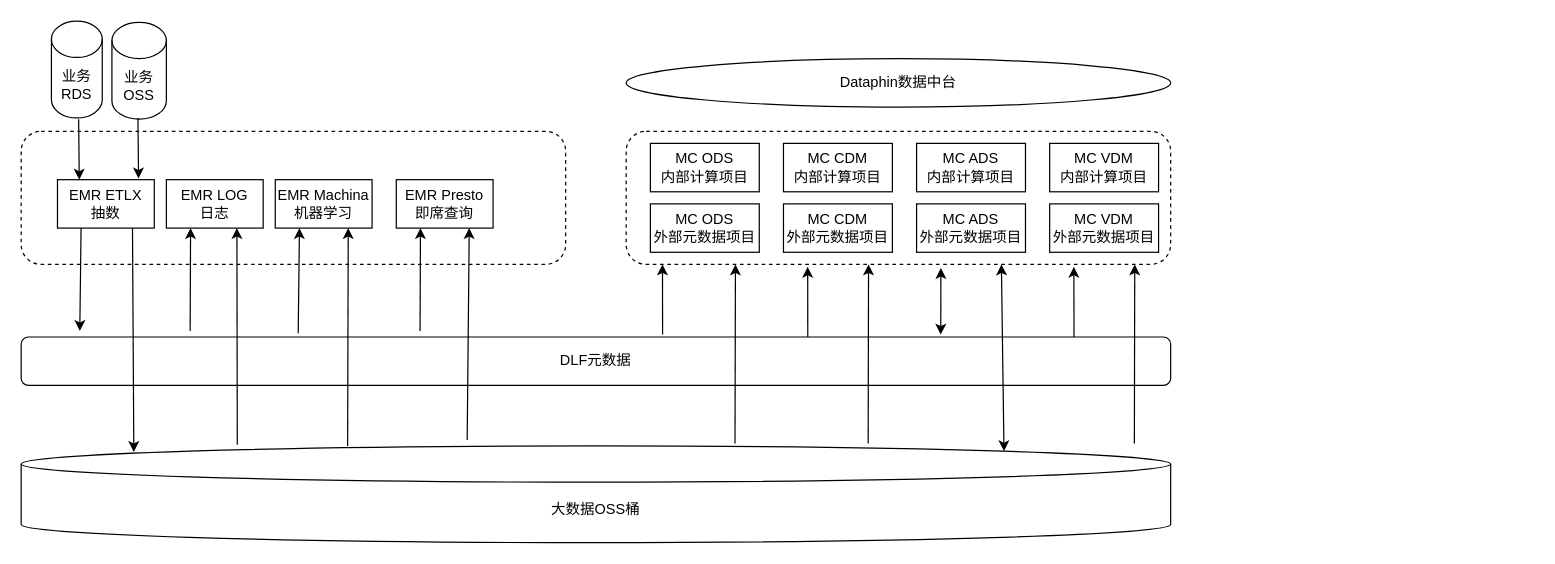
jimmycheng603/findmaven keeps this draw.io diagram as lake-dw-union.drawio. Above is the earlier version. Source tidied: cells renumbered, new cells numbered last; positions are measured from the earlier drawing's top-left corner, leaving out a move shared by most shapes. Both pictures are drawn from the tidied source at 121%, with x=0, y=0 at pixel (21, 21).
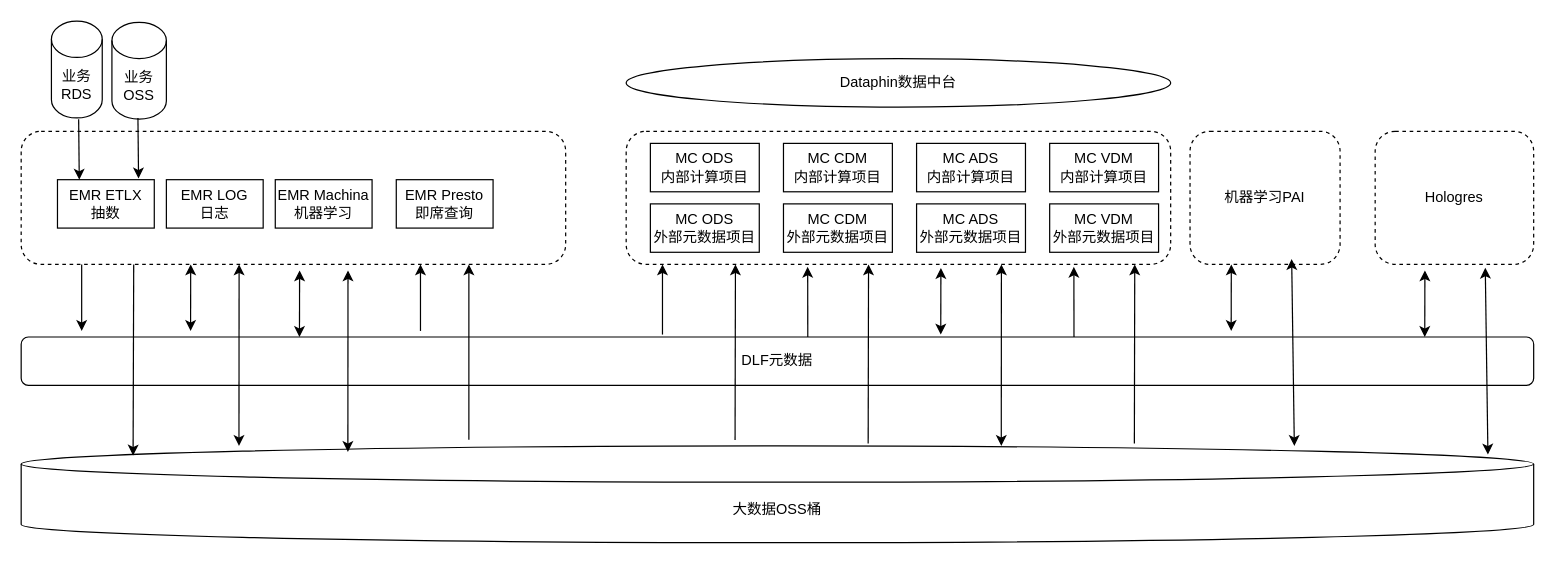
After the change.

The change refers to these unchanged cells:
```xml
<mxCell id="21" style="rounded=1;whiteSpace=wrap;html=1;dashed=1;" parent="1" vertex="1">
  <mxGeometry x="500" y="91" width="450" height="110" as="geometry" />
</mxCell>
```

What changed in the source:
```diff
@@
     <mxCell id="4" value="DLF元数据" style="rounded=1;whiteSpace=wrap;html=1;" parent="1" vertex="1">
-      <mxGeometry y="261" width="950" height="40" as="geometry" />
+      <mxGeometry y="261" width="1250" height="40" as="geometry" />
     </mxCell>
     <mxCell id="5" value="大数据OSS桶" style="shape=cylinder3;whiteSpace=wrap;html=1;boundedLbl=1;backgroundOutline=1;size=15;" parent="1" vertex="1">
-      <mxGeometry y="351" width="950" height="80" as="geometry" />
+      <mxGeometry y="351" width="1250" height="80" as="geometry" />
     </mxCell>
-    <mxCell id="6" style="endArrow=classic;html=1;entryX=0.051;entryY=-0.125;entryDx=0;entryDy=0;entryPerimeter=0;" parent="1" edge="1" target="4">
+    <mxCell id="6" style="endArrow=classic;html=1;" parent="1" edge="1">
       <mxGeometry relative="1" as="geometry">
-        <mxPoint x="49.5" y="171" as="sourcePoint" />
+        <mxPoint x="50" y="201" as="sourcePoint" />
+        <mxPoint x="50" y="256" as="targetPoint" />
       </mxGeometry>
     </mxCell>
-    <mxCell id="7" style="endArrow=classic;html=1;entryX=0.098;entryY=0.063;entryDx=0;entryDy=0;entryPerimeter=0;" parent="1" edge="1" target="5">
+    <mxCell id="7" style="endArrow=classic;html=1;entryX=0.074;entryY=0.1;entryDx=0;entryDy=0;entryPerimeter=0;" parent="1" edge="1" target="5">
       <mxGeometry relative="1" as="geometry">
-        <mxPoint x="92" y="171" as="sourcePoint" />
+        <mxPoint x="93" y="201" as="sourcePoint" />
       </mxGeometry>
     </mxCell>
@@
-    <mxCell id="15" style="endArrow=classic;html=1;exitX=0.147;exitY=-0.125;exitDx=0;exitDy=0;exitPerimeter=0;" parent="1" edge="1" source="4">
-      <mxGeometry relative="1" as="geometry">
-        <mxPoint x="140" y="171" as="targetPoint" />
-      </mxGeometry>
-    </mxCell>
-    <mxCell id="16" style="endArrow=classic;html=1;exitX=0.347;exitY=-0.125;exitDx=0;exitDy=0;exitPerimeter=0;" parent="1" edge="1" source="4">
+    <mxCell id="16" style="endArrow=classic;html=1;" parent="1" edge="1">
       <mxGeometry relative="1" as="geometry">
-        <mxPoint x="330" y="171" as="targetPoint" />
+        <mxPoint x="330" y="256" as="sourcePoint" />
+        <mxPoint x="330" y="201" as="targetPoint" />
       </mxGeometry>
     </mxCell>
-    <mxCell id="17" style="endArrow=classic;html=1;exitX=0.241;exitY=-0.075;exitDx=0;exitDy=0;exitPerimeter=0;" parent="1" edge="1" source="4">
-      <mxGeometry relative="1" as="geometry">
-        <mxPoint x="230" y="171" as="targetPoint" />
-      </mxGeometry>
-    </mxCell>
-    <mxCell id="18" style="endArrow=classic;html=1;entryX=0.169;entryY=0.038;entryDx=0;entryDy=0;entryPerimeter=0;exitX=0.188;exitY=-0.012;exitDx=0;exitDy=0;exitPerimeter=0;" parent="1" edge="1" source="5">
-      <mxGeometry relative="1" as="geometry">
-        <mxPoint x="178.3" y="171" as="targetPoint" />
-      </mxGeometry>
-    </mxCell>
-    <mxCell id="19" style="endArrow=classic;html=1;entryX=0.169;entryY=0.038;entryDx=0;entryDy=0;entryPerimeter=0;exitX=0.284;exitY=0;exitDx=0;exitDy=0;exitPerimeter=0;" parent="1" edge="1" source="5">
-      <mxGeometry relative="1" as="geometry">
-        <mxPoint x="270.3" y="171" as="targetPoint" />
-      </mxGeometry>
-    </mxCell>
-    <mxCell id="20" style="endArrow=classic;html=1;entryX=0.169;entryY=0.038;entryDx=0;entryDy=0;entryPerimeter=0;exitX=0.388;exitY=-0.062;exitDx=0;exitDy=0;exitPerimeter=0;" parent="1" edge="1" source="5">
+    <mxCell id="20" style="endArrow=classic;html=1;" parent="1" edge="1">
       <mxGeometry relative="1" as="geometry">
-        <mxPoint x="370.3" y="171" as="targetPoint" />
+        <mxPoint x="370" y="346" as="sourcePoint" />
+        <mxPoint x="370" y="201" as="targetPoint" />
       </mxGeometry>
     </mxCell>
@@
-    <mxCell id="31" style="endArrow=classic;html=1;exitX=0.558;exitY=-0.05;exitDx=0;exitDy=0;exitPerimeter=0;" parent="1" edge="1" source="4">
+    <mxCell id="31" style="endArrow=classic;html=1;" parent="1" edge="1">
       <mxGeometry relative="1" as="geometry">
+        <mxPoint x="530" y="259" as="sourcePoint" />
         <mxPoint x="530" y="201" as="targetPoint" />
       </mxGeometry>
     </mxCell>
-    <mxCell id="32" style="endArrow=classic;html=1;entryX=0.169;entryY=0.038;entryDx=0;entryDy=0;entryPerimeter=0;exitX=0.621;exitY=-0.025;exitDx=0;exitDy=0;exitPerimeter=0;" parent="1" edge="1" source="5">
+    <mxCell id="32" style="endArrow=classic;html=1;entryX=0.169;entryY=0.038;entryDx=0;entryDy=0;entryPerimeter=0;exitX=0.472;exitY=-0.062;exitDx=0;exitDy=0;exitPerimeter=0;" parent="1" edge="1" source="5">
       <mxGeometry relative="1" as="geometry">
         <mxPoint x="590.3" y="201" as="targetPoint" />
       </mxGeometry>
     </mxCell>
@@
-    <mxCell id="37" style="endArrow=classic;startArrow=classic;html=1;entryX=0.578;entryY=1.027;entryDx=0;entryDy=0;entryPerimeter=0;exitX=0.8;exitY=-0.05;exitDx=0;exitDy=0;exitPerimeter=0;" parent="1" edge="1" source="4" target="21">
-      <mxGeometry relative="1" as="geometry" />
+    <mxCell id="37" style="endArrow=classic;startArrow=classic;html=1;entryX=0.578;entryY=1.027;entryDx=0;entryDy=0;entryPerimeter=0;" parent="1" edge="1" target="21">
+      <mxGeometry relative="1" as="geometry">
+        <mxPoint x="760" y="259" as="sourcePoint" />
+      </mxGeometry>
     </mxCell>
-    <mxCell id="38" style="endArrow=classic;startArrow=classic;html=1;entryX=0.578;entryY=1.027;entryDx=0;entryDy=0;entryPerimeter=0;exitX=0.855;exitY=0;exitDx=0;exitDy=4.35;exitPerimeter=0;" parent="1" edge="1" source="5">
+    <mxCell id="38" style="endArrow=classic;startArrow=classic;html=1;entryX=0.578;entryY=1.027;entryDx=0;entryDy=0;entryPerimeter=0;exitX=0.648;exitY=0;exitDx=0;exitDy=0;exitPerimeter=0;" parent="1" edge="1" source="5">
       <mxGeometry relative="1" as="geometry">
         <mxPoint x="810.1" y="201" as="targetPoint" />
       </mxGeometry>
     </mxCell>
+    <mxCell id="39" value="机器学习PAI" style="rounded=1;whiteSpace=wrap;html=1;dashed=1;" parent="1" vertex="1">
+      <mxGeometry x="966" y="91" width="124" height="110" as="geometry" />
+    </mxCell>
+    <mxCell id="40" value="Hologres" style="rounded=1;whiteSpace=wrap;html=1;dashed=1;" parent="1" vertex="1">
+      <mxGeometry x="1119" y="91" width="131" height="110" as="geometry" />
+    </mxCell>
+    <mxCell id="41" style="endArrow=classic;startArrow=classic;html=1;entryX=0.578;entryY=1.027;entryDx=0;entryDy=0;entryPerimeter=0;" parent="1" edge="1">
+      <mxGeometry relative="1" as="geometry">
+        <mxPoint x="1000" y="256" as="sourcePoint" />
+        <mxPoint x="1000.1" y="201" as="targetPoint" />
+      </mxGeometry>
+    </mxCell>
+    <mxCell id="42" style="endArrow=classic;startArrow=classic;html=1;entryX=0.578;entryY=1.027;entryDx=0;entryDy=0;entryPerimeter=0;exitX=0.855;exitY=0;exitDx=0;exitDy=4.35;exitPerimeter=0;" parent="1" edge="1">
+      <mxGeometry relative="1" as="geometry">
+        <mxPoint x="1052.2" y="351" as="sourcePoint" />
+        <mxPoint x="1050" y="196.6" as="targetPoint" />
+      </mxGeometry>
+    </mxCell>
+    <mxCell id="43" style="endArrow=classic;startArrow=classic;html=1;entryX=0.578;entryY=1.027;entryDx=0;entryDy=0;entryPerimeter=0;exitX=0.855;exitY=0;exitDx=0;exitDy=4.35;exitPerimeter=0;" parent="1" edge="1">
+      <mxGeometry relative="1" as="geometry">
+        <mxPoint x="1212.2" y="358.2" as="sourcePoint" />
+        <mxPoint x="1210" y="203.8" as="targetPoint" />
+      </mxGeometry>
+    </mxCell>
+    <mxCell id="44" style="endArrow=classic;startArrow=classic;html=1;entryX=0.578;entryY=1.027;entryDx=0;entryDy=0;entryPerimeter=0;" parent="1" edge="1">
+      <mxGeometry relative="1" as="geometry">
+        <mxPoint x="1160" y="261" as="sourcePoint" />
+        <mxPoint x="1160.1" y="206" as="targetPoint" />
+      </mxGeometry>
+    </mxCell>
+    <mxCell id="45" style="endArrow=classic;startArrow=classic;html=1;entryX=0.578;entryY=1.027;entryDx=0;entryDy=0;entryPerimeter=0;" parent="1" edge="1">
+      <mxGeometry relative="1" as="geometry">
+        <mxPoint x="140" y="256" as="sourcePoint" />
+        <mxPoint x="140.1" y="201" as="targetPoint" />
+      </mxGeometry>
+    </mxCell>
+    <mxCell id="46" style="endArrow=classic;startArrow=classic;html=1;entryX=0.578;entryY=1.027;entryDx=0;entryDy=0;entryPerimeter=0;exitX=0.648;exitY=0;exitDx=0;exitDy=0;exitPerimeter=0;" parent="1" edge="1">
+      <mxGeometry relative="1" as="geometry">
+        <mxPoint x="180" y="351" as="sourcePoint" />
+        <mxPoint x="180.1" y="201" as="targetPoint" />
+      </mxGeometry>
+    </mxCell>
+    <mxCell id="47" style="endArrow=classic;startArrow=classic;html=1;entryX=0.578;entryY=1.027;entryDx=0;entryDy=0;entryPerimeter=0;exitX=0.648;exitY=0;exitDx=0;exitDy=0;exitPerimeter=0;" parent="1" edge="1">
+      <mxGeometry relative="1" as="geometry">
+        <mxPoint x="270" y="356" as="sourcePoint" />
+        <mxPoint x="270.1" y="206" as="targetPoint" />
+      </mxGeometry>
+    </mxCell>
+    <mxCell id="48" style="endArrow=classic;startArrow=classic;html=1;entryX=0.578;entryY=1.027;entryDx=0;entryDy=0;entryPerimeter=0;" parent="1" edge="1">
+      <mxGeometry relative="1" as="geometry">
+        <mxPoint x="230" y="261" as="sourcePoint" />
+        <mxPoint x="230.1" y="206" as="targetPoint" />
+      </mxGeometry>
+    </mxCell>
```
